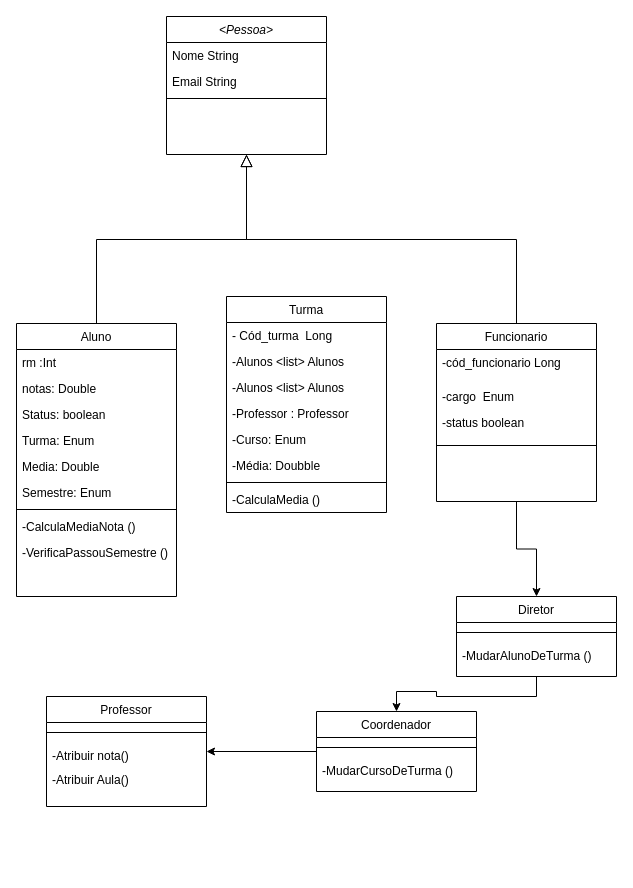
The draw.io diagram SistemaDeGestaoEscolar.drawio in AlefGas/Sistema-Gest-o-Escolar, before the edit. Source tidied: cells renumbered, new cells numbered last; positions are measured from the earlier drawing's top-left corner, leaving out a move shared by most shapes. Both pictures are drawn from the tidied source at 100%, with x=0, y=0 at pixel (16, 16).
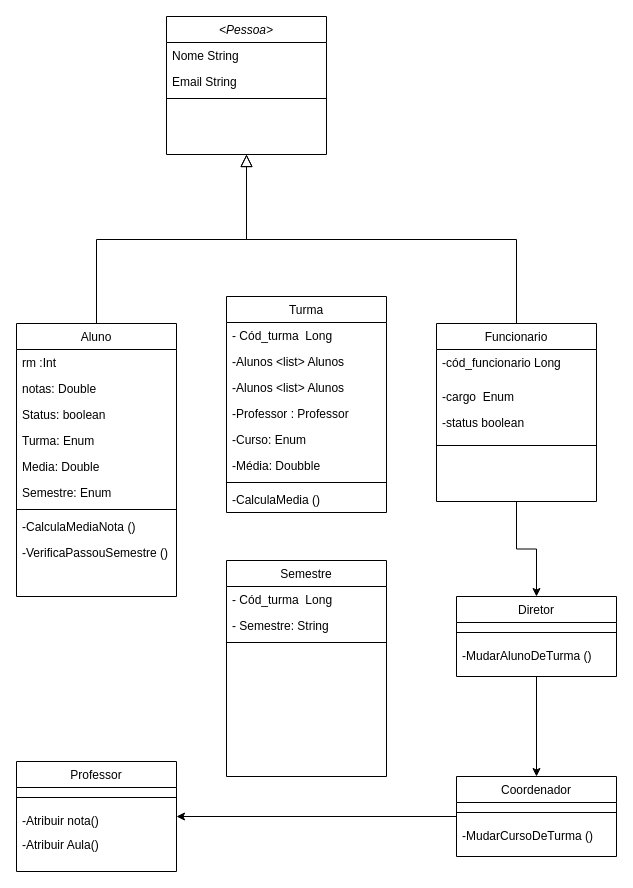
The same diagram, later.

What changed in the source:
```diff
@@
     <mxCell id="38" value="Coordenador" style="swimlane;fontStyle=0;align=center;verticalAlign=top;horizontal=1;startSize=26;rounded=0;shadow=0;strokeWidth=1;" parent="1" vertex="1">
-      <mxGeometry x="300" y="695" width="160" height="80" as="geometry" />
+      <mxGeometry x="440" y="760" width="160" height="80" as="geometry" />
     </mxCell>
@@
     <mxCell id="41" value="Professor" style="swimlane;fontStyle=0;align=center;verticalAlign=top;horizontal=1;startSize=26;rounded=0;shadow=0;strokeWidth=1;" parent="1" vertex="1">
-      <mxGeometry x="30" y="680" width="160" height="110" as="geometry" />
+      <mxGeometry y="745" width="160" height="110" as="geometry" />
     </mxCell>
@@
+    <mxCell id="45" value="Semestre" style="swimlane;fontStyle=0;align=center;verticalAlign=top;horizontal=1;startSize=26;rounded=0;shadow=0;strokeWidth=1;" parent="1" vertex="1">
+      <mxGeometry x="210" y="544" width="160" height="216" as="geometry" />
+    </mxCell>
+    <mxCell id="46" value="- Cód_turma  Long" style="text;align=left;verticalAlign=top;spacingLeft=4;spacingRight=4;overflow=hidden;" parent="45" vertex="1">
+      <mxGeometry y="26" width="160" height="26" as="geometry" />
+    </mxCell>
+    <mxCell id="47" value="- Semestre: String" style="text;align=left;verticalAlign=top;spacingLeft=4;spacingRight=4;overflow=hidden;" parent="45" vertex="1">
+      <mxGeometry y="52" width="160" height="26" as="geometry" />
+    </mxCell>
+    <mxCell id="48" style="line;html=1;strokeWidth=1;align=left;verticalAlign=middle;spacingTop=-1;spacingLeft=3;spacingRight=3;labelPosition=right;" parent="45" vertex="1">
+      <mxGeometry y="78" width="160" height="8" as="geometry" />
+    </mxCell>
```
